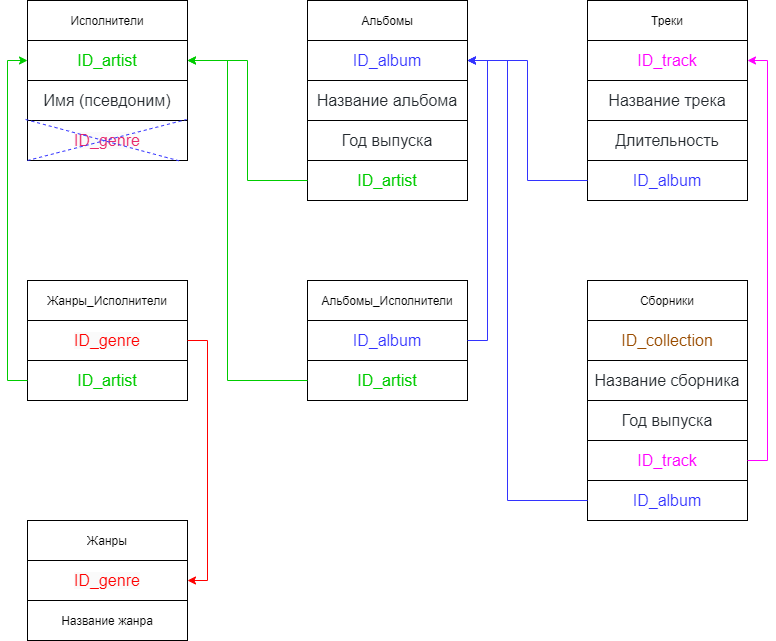
Before: database_diagram2.png, a diagram exported from draw.io (Redhead80/SQL3). Source tidied: cells renumbered, new cells last; positions are measured from the earlier drawing's top-left corner, leaving out a move shared by most shapes.
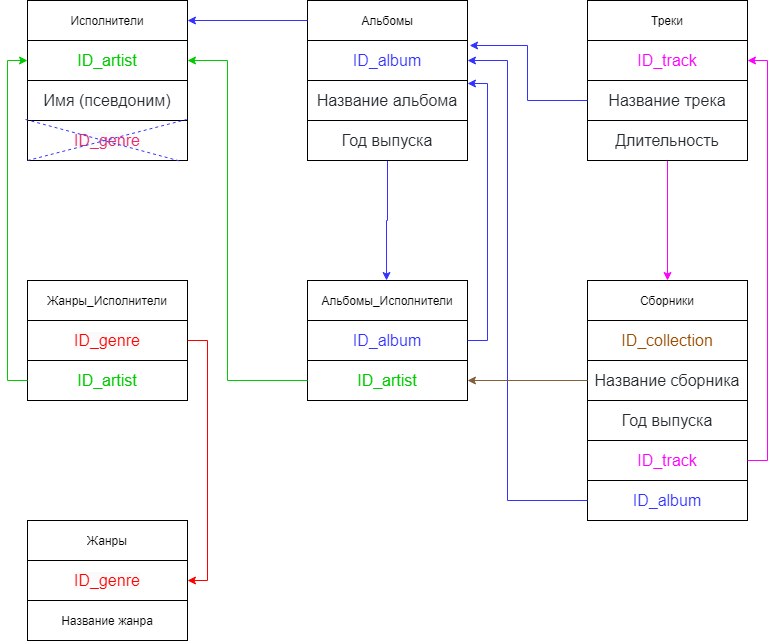
The same diagram one commit later.

Diff of the diagram source:
```diff
@@ -32,8 +32,11 @@
     <mxCell id="11" style="endArrow=none;dashed=1;html=1;strokeColor=#3333FF;entryX=0.963;entryY=1.025;entryDx=0;entryDy=0;entryPerimeter=0;exitX=-0.012;exitY=-0.025;exitDx=0;exitDy=0;exitPerimeter=0;" parent="2" edge="1" source="9" target="9">
       <mxGeometry relative="1" as="geometry" />
     </mxCell>
+    <mxCell id="80" style="edgeStyle=orthogonalEdgeStyle;rounded=0;jettySize=auto;html=1;strokeColor=#3333FF;entryX=0.494;entryY=0;entryDx=0;entryDy=0;entryPerimeter=0;" parent="1" edge="1" source="12" target="56">
+      <mxGeometry relative="1" as="geometry" />
+    </mxCell>
     <mxCell id="12" style="shape=table;startSize=0;" parent="1" vertex="1">
-      <mxGeometry x="300" width="160" height="200" as="geometry" />
+      <mxGeometry x="300" width="160" height="160" as="geometry" />
     </mxCell>
     <mxCell id="13" style="shape=partialRectangle;fillColor=none;top=0;left=0;bottom=0;right=0;points=[[0,0.5],[1,0.5]];portConstraint=eastwest;" parent="12" vertex="1">
       <mxGeometry width="160" height="40" as="geometry" />
@@ -59,14 +62,11 @@
     <mxCell id="20" value="&lt;span style=&quot;color: rgb(36 , 41 , 46) ; font-size: 16px ; text-align: left ; background-color: rgb(255 , 255 , 255)&quot;&gt;Год выпуска&lt;/span&gt;" style="shape=partialRectangle;html=1;whiteSpace=wrap;overflow=hidden;fillColor=none;top=0;left=0;bottom=0;right=0;" parent="19" vertex="1">
       <mxGeometry width="160" height="40" as="geometry" />
     </mxCell>
-    <mxCell id="21" style="shape=partialRectangle;fillColor=none;top=0;left=0;bottom=0;right=0;points=[[0,0.5],[1,0.5]];portConstraint=eastwest;" parent="12" vertex="1">
-      <mxGeometry y="160" width="160" height="40" as="geometry" />
-    </mxCell>
-    <mxCell id="22" value="&lt;span style=&quot;font-size: 16px ; background-color: rgb(255 , 255 , 255)&quot;&gt;&lt;font color=&quot;#00cc00&quot;&gt;ID_artist&lt;/font&gt;&lt;/span&gt;" style="shape=partialRectangle;html=1;whiteSpace=wrap;overflow=hidden;fillColor=none;top=0;left=0;bottom=0;right=0;" parent="21" vertex="1">
-      <mxGeometry width="160" height="40" as="geometry" />
-    </mxCell>
+    <mxCell id="81" style="edgeStyle=orthogonalEdgeStyle;rounded=0;jettySize=auto;html=1;entryX=0.5;entryY=0;entryDx=0;entryDy=0;entryPerimeter=0;strokeColor=#FF00FF;" parent="1" edge="1" source="23" target="65">
+      <mxGeometry relative="1" as="geometry" />
+    </mxCell>
     <mxCell id="23" style="shape=table;startSize=0;" parent="1" vertex="1">
-      <mxGeometry x="580" width="160" height="200" as="geometry" />
+      <mxGeometry x="580" width="160" height="160" as="geometry" />
     </mxCell>
     <mxCell id="24" style="shape=partialRectangle;fillColor=none;top=0;left=0;bottom=0;right=0;" parent="23" vertex="1">
       <mxGeometry width="160" height="40" as="geometry" />
@@ -92,12 +92,6 @@
     <mxCell id="31" value="&lt;span style=&quot;color: rgb(36 , 41 , 46) ; font-family: , &amp;#34;blinkmacsystemfont&amp;#34; , &amp;#34;segoe ui&amp;#34; , &amp;#34;helvetica&amp;#34; , &amp;#34;arial&amp;#34; , sans-serif , &amp;#34;apple color emoji&amp;#34; , &amp;#34;segoe ui emoji&amp;#34; ; font-size: 16px ; text-align: left ; background-color: rgb(255 , 255 , 255)&quot;&gt;Длительность&lt;/span&gt;" style="shape=partialRectangle;html=1;whiteSpace=wrap;overflow=hidden;fillColor=none;top=0;left=0;bottom=0;right=0;" parent="30" vertex="1">
       <mxGeometry width="160" height="40" as="geometry" />
     </mxCell>
-    <mxCell id="32" style="shape=partialRectangle;fillColor=none;top=0;left=0;bottom=0;right=0;points=[[0,0.5],[1,0.5]];portConstraint=eastwest;" parent="23" vertex="1">
-      <mxGeometry y="160" width="160" height="40" as="geometry" />
-    </mxCell>
-    <mxCell id="33" value="&lt;font style=&quot;font-size: 16px&quot; color=&quot;#3333ff&quot;&gt;ID_album&lt;/font&gt;" style="shape=partialRectangle;html=1;whiteSpace=wrap;overflow=hidden;fillColor=none;top=0;left=0;bottom=0;right=0;" parent="32" vertex="1">
-      <mxGeometry width="160" height="40" as="geometry" />
-    </mxCell>
     <mxCell id="34" style="shape=table;startSize=0;" parent="1" vertex="1">
       <mxGeometry x="20" y="520" width="160" height="120" as="geometry" />
     </mxCell>
@@ -119,7 +113,7 @@
     <mxCell id="40" value="Название жанра" style="shape=partialRectangle;html=1;whiteSpace=wrap;overflow=hidden;fillColor=none;top=0;left=0;bottom=0;right=0;" parent="39" vertex="1">
       <mxGeometry width="160" height="40" as="geometry" />
     </mxCell>
-    <mxCell id="41" style="edgeStyle=orthogonalEdgeStyle;rounded=0;jettySize=auto;html=1;exitX=0;exitY=0.5;exitDx=0;exitDy=0;entryX=1;entryY=0.5;entryDx=0;entryDy=0;strokeColor=#3333FF;" parent="1" edge="1" source="32" target="15">
+    <mxCell id="41" style="edgeStyle=orthogonalEdgeStyle;rounded=0;jettySize=auto;html=1;exitX=0;exitY=0.5;exitDx=0;exitDy=0;entryX=1;entryY=0.5;entryDx=0;entryDy=0;strokeColor=#3333FF;" parent="1" edge="1" source="x" target="15">
       <mxGeometry relative="1" as="geometry">
         <Array as="points">
           <mxPoint x="520" y="180" />
@@ -127,7 +121,7 @@
         </Array>
       </mxGeometry>
     </mxCell>
-    <mxCell id="42" style="edgeStyle=orthogonalEdgeStyle;rounded=0;jettySize=auto;html=1;exitX=0;exitY=0.5;exitDx=0;exitDy=0;entryX=1;entryY=0.5;entryDx=0;entryDy=0;strokeColor=#00CC00;" parent="1" edge="1" source="21" target="5">
+    <mxCell id="42" style="edgeStyle=orthogonalEdgeStyle;rounded=0;jettySize=auto;html=1;exitX=0;exitY=0.5;exitDx=0;exitDy=0;entryX=1;entryY=0.5;entryDx=0;entryDy=0;strokeColor=#00CC00;" parent="1" edge="1" source="x" target="5">
       <mxGeometry relative="1" as="geometry">
         <Array as="points">
           <mxPoint x="240" y="180" />
@@ -135,10 +129,10 @@
         </Array>
       </mxGeometry>
     </mxCell>
-    <mxCell id="43" style="edgeStyle=orthogonalEdgeStyle;rounded=0;jettySize=auto;html=1;exitX=0;exitY=0.5;exitDx=0;exitDy=0;entryX=1;entryY=0.5;entryDx=0;entryDy=0;" parent="1" edge="1" source="x" target="5">
+    <mxCell id="43" style="edgeStyle=orthogonalEdgeStyle;rounded=0;jettySize=auto;html=1;exitX=0;exitY=0.5;exitDx=0;exitDy=0;entryX=1;entryY=0.5;entryDx=0;entryDy=0;" parent="1" edge="1" target="5">
       <mxGeometry relative="1" as="geometry" />
     </mxCell>
-    <mxCell id="44" style="edgeStyle=orthogonalEdgeStyle;rounded=0;jettySize=auto;html=1;exitX=0;exitY=0.5;exitDx=0;exitDy=0;entryX=1;entryY=0.5;entryDx=0;entryDy=0;" parent="1" edge="1" source="x" target="5">
+    <mxCell id="44" style="edgeStyle=orthogonalEdgeStyle;rounded=0;jettySize=auto;html=1;exitX=0;exitY=0.5;exitDx=0;exitDy=0;entryX=1;entryY=0.5;entryDx=0;entryDy=0;" parent="1" edge="1" target="5">
       <mxGeometry relative="1" as="geometry">
         <Array as="points">
           <mxPoint x="580" y="330" />
@@ -147,14 +141,6 @@
         </Array>
       </mxGeometry>
     </mxCell>
-    <mxCell id="45" style="edgeStyle=orthogonalEdgeStyle;rounded=0;jettySize=auto;html=1;exitX=0;exitY=0.5;exitDx=0;exitDy=0;entryX=1;entryY=0.5;entryDx=0;entryDy=0;" parent="1" edge="1" source="x" target="5">
-      <mxGeometry relative="1" as="geometry">
-        <Array as="points">
-          <mxPoint x="220" y="540" />
-          <mxPoint x="220" y="180" />
-        </Array>
-      </mxGeometry>
-    </mxCell>
     <mxCell id="46" style="shape=table;startSize=0;" parent="1" vertex="1">
       <mxGeometry x="20" y="280" width="160" height="120" as="geometry" />
     </mxCell>
@@ -216,10 +202,10 @@
     </mxCell>
     <mxCell id="62" style="edgeStyle=orthogonalEdgeStyle;rounded=0;jettySize=auto;html=1;exitX=1;exitY=0.5;exitDx=0;exitDy=0;strokeColor=#3333FF;" parent="1" edge="1" source="58">
       <mxGeometry relative="1" as="geometry">
-        <mxPoint x="460" y="60" as="targetPoint" />
+        <mxPoint x="460" y="83" as="targetPoint" />
         <Array as="points">
           <mxPoint x="480" y="340" />
-          <mxPoint x="480" y="60" />
+          <mxPoint x="480" y="83" />
         </Array>
       </mxGeometry>
     </mxCell>
@@ -292,5 +278,14 @@
         </Array>
       </mxGeometry>
     </mxCell>
+    <mxCell id="82" style="edgeStyle=orthogonalEdgeStyle;rounded=0;jettySize=auto;html=1;exitX=0;exitY=0.5;exitDx=0;exitDy=0;entryX=1.013;entryY=0.125;entryDx=0;entryDy=0;entryPerimeter=0;strokeColor=#3333FF;" parent="1" edge="1" source="28" target="15">
+      <mxGeometry relative="1" as="geometry" />
+    </mxCell>
+    <mxCell id="83" style="edgeStyle=orthogonalEdgeStyle;rounded=0;jettySize=auto;html=1;exitX=0;exitY=0.5;exitDx=0;exitDy=0;entryX=1;entryY=0.5;entryDx=0;entryDy=0;strokeColor=#3333FF;" parent="1" edge="1" source="13" target="3">
+      <mxGeometry relative="1" as="geometry" />
+    </mxCell>
+    <mxCell id="84" style="edgeStyle=orthogonalEdgeStyle;rounded=0;jettySize=auto;html=1;exitX=0;exitY=0.5;exitDx=0;exitDy=0;entryX=1;entryY=0.5;entryDx=0;entryDy=0;strokeColor=#855E3A;" parent="1" edge="1" source="69" target="60">
+      <mxGeometry relative="1" as="geometry" />
+    </mxCell>
   </root>
 </mxGraphModel>
```
